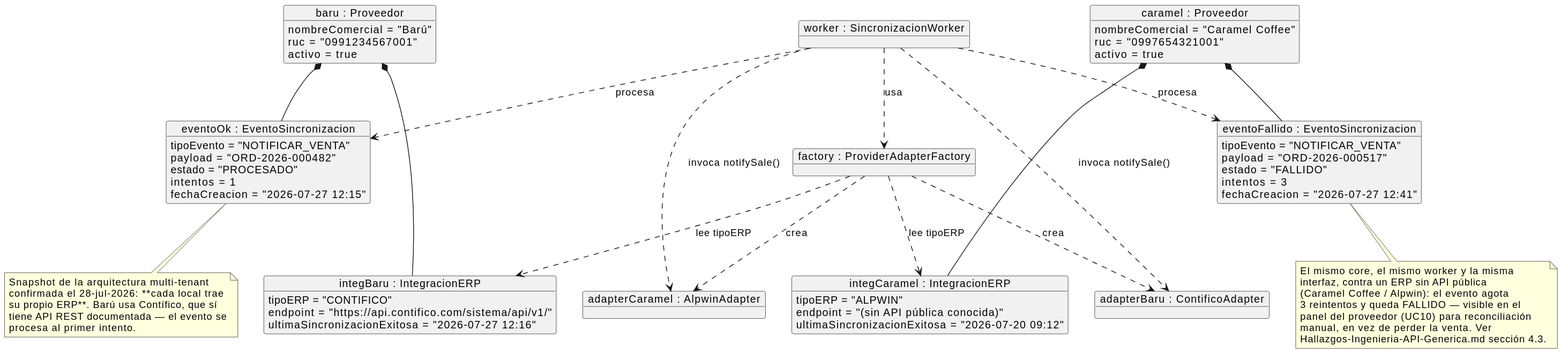
Jesus-JB/aliflow keeps this PlantUML diagram as Entregables/uml/objeto-integracion-erp.svg. Above is the earlier version.
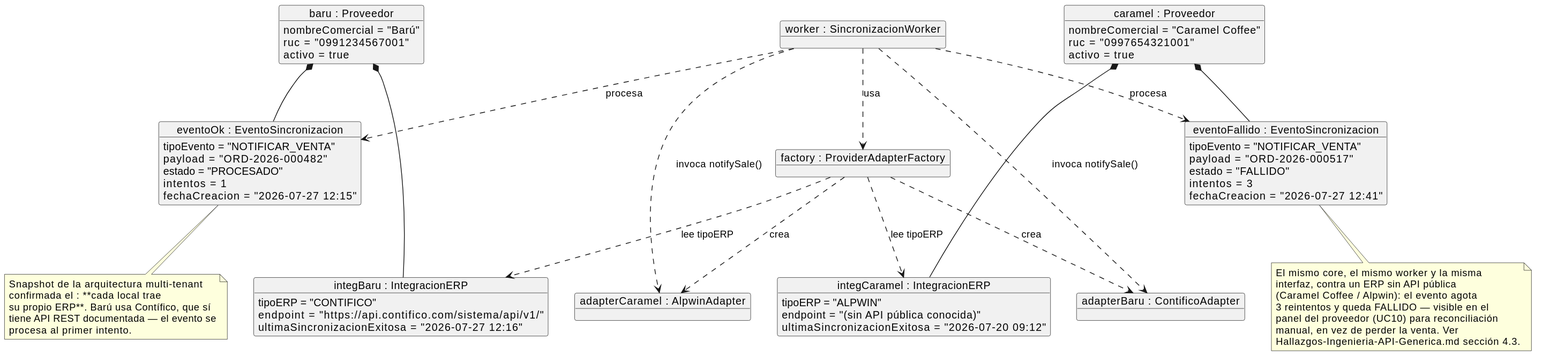
Later version of the same file.

Change to the diagram source:
```diff
@@ -66,7 +66,7 @@
 
 note bottom of eventoOk
   Snapshot de la arquitectura multi-tenant
-  confirmada el 28-jul-2026: **cada local trae
+  confirmada el : **cada local trae
   su propio ERP**. Barú usa Contífico, que sí
   tiene API REST documentada — el evento se
   procesa al primer intento.
```
